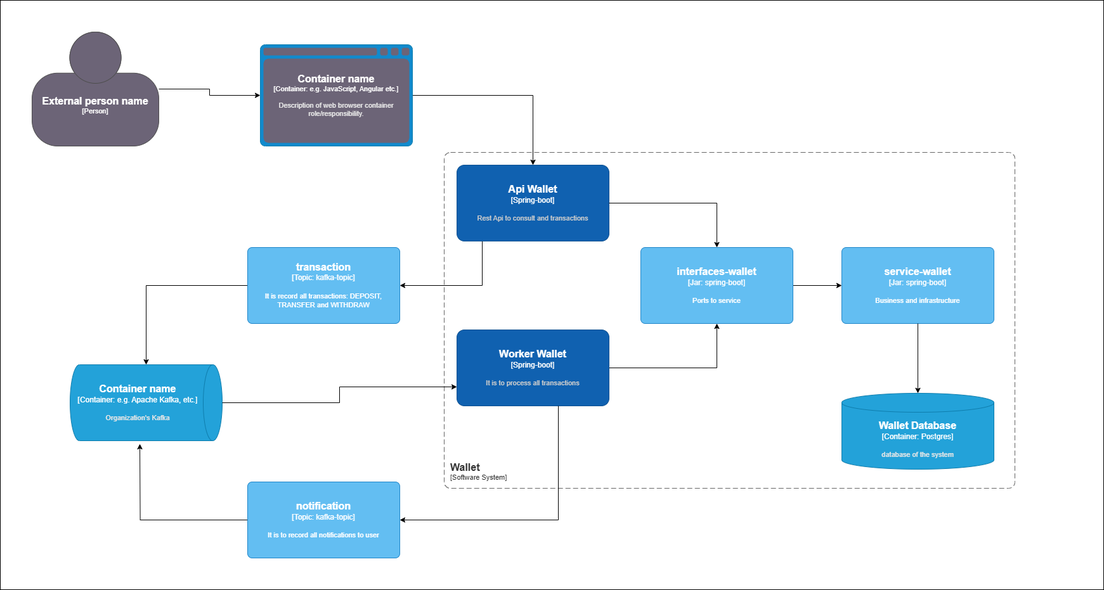
Above: diagram.png in silviorazec/wallet (draw.io), before the change. Source tidied: cells renumbered, new cells last; positions are measured from the earlier drawing's top-left corner, leaving out a move shared by most shapes.
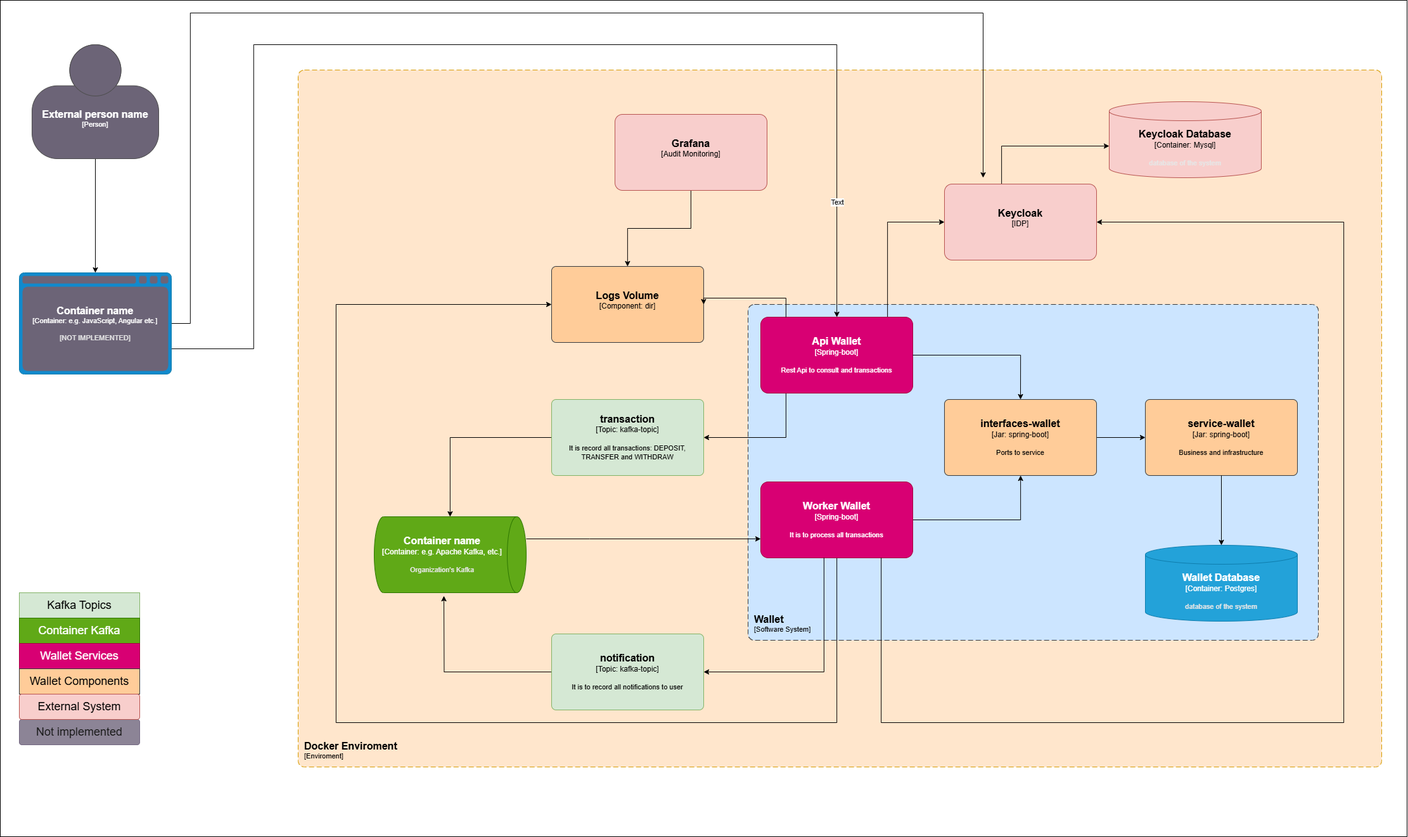
Above is the later version.

The edit, as a diff of the source:
```diff
@@ -5,6 +5,11 @@
     <mxCell id="2" style="rounded=0;whiteSpace=wrap;html=1;" parent="1" vertex="1">
-      <mxGeometry width="1740" height="930" as="geometry" />
+      <mxGeometry x="-480" y="-240" width="2220" height="1320" as="geometry" />
     </mxCell>
+    <object id="25" label="&lt;font style=&quot;font-size: 16px&quot;&gt;&lt;b&gt;&lt;div style=&quot;text-align: left&quot;&gt;%c4Name%&lt;/div&gt;&lt;/b&gt;&lt;/font&gt;&lt;div style=&quot;text-align: left&quot;&gt;[%c4Application%]&lt;/div&gt;" c4Application="Enviroment" c4Name="Docker Enviroment" c4Type="SystemScopeBoundary" placeholders="1">
+      <mxCell style="rounded=1;fontSize=11;whiteSpace=wrap;html=1;dashed=1;arcSize=20;fillColor=#ffe6cc;strokeColor=#d79b00;labelBackgroundColor=none;align=left;verticalAlign=bottom;labelBorderColor=none;spacingTop=0;spacing=10;dashPattern=8 4;perimeter=rectanglePerimeter;noLabel=0;labelPadding=0;absoluteArcSize=1;" parent="1" vertex="1">
+        <mxGeometry x="-10" y="-130" width="1710" height="1100" as="geometry" />
+      </mxCell>
+    </object>
     <object id="3" label="&lt;font style=&quot;font-size: 16px&quot;&gt;&lt;b&gt;&lt;div style=&quot;text-align: left&quot;&gt;%c4Name%&lt;/div&gt;&lt;/b&gt;&lt;/font&gt;&lt;div style=&quot;text-align: left&quot;&gt;[%c4Application%]&lt;/div&gt;" c4Application="Software System" c4Name="Wallet" c4Type="SystemScopeBoundary" placeholders="1">
-      <mxCell style="rounded=1;fontSize=11;whiteSpace=wrap;html=1;dashed=1;arcSize=20;fillColor=none;strokeColor=#666666;fontColor=#333333;labelBackgroundColor=none;align=left;verticalAlign=bottom;labelBorderColor=none;spacingTop=0;spacing=10;dashPattern=8 4;perimeter=rectanglePerimeter;noLabel=0;labelPadding=0;absoluteArcSize=1;" parent="1" vertex="1">
+      <mxCell style="rounded=1;fontSize=11;whiteSpace=wrap;html=1;dashed=1;arcSize=20;fillColor=#cce5ff;strokeColor=#36393d;labelBackgroundColor=none;align=left;verticalAlign=bottom;labelBorderColor=none;spacingTop=0;spacing=10;dashPattern=8 4;perimeter=rectanglePerimeter;noLabel=0;labelPadding=0;absoluteArcSize=1;" parent="1" vertex="1">
         <mxGeometry x="700" y="240" width="900" height="530" as="geometry" />
@@ -19,4 +24,11 @@
     </mxCell>
+    <mxCell id="26" style="edgeStyle=orthogonalEdgeStyle;rounded=0;jettySize=auto;html=1;" parent="1" edge="1" source="5" target="29">
+      <mxGeometry relative="1" as="geometry">
+        <Array as="points">
+          <mxPoint x="920" y="110" />
+        </Array>
+      </mxGeometry>
+    </mxCell>
-    <object id="5" label="&lt;font style=&quot;font-size: 16px&quot;&gt;&lt;b&gt;%c4Name%&lt;/b&gt;&lt;/font&gt;&lt;div&gt;[%c4Type%]&lt;/div&gt;&lt;br&gt;&lt;div&gt;&lt;font style=&quot;font-size: 11px&quot;&gt;&lt;font color=&quot;#cccccc&quot;&gt;%c4Description%&lt;/font&gt;&lt;/div&gt;" c4Description="Rest Api to consult and transactions" c4Name="Api Wallet" c4Type="Spring-boot" placeholders="1">
-      <mxCell style="rounded=1;whiteSpace=wrap;html=1;labelBackgroundColor=none;fillColor=#1061B0;fontColor=#ffffff;align=center;arcSize=10;strokeColor=#0D5091;points=[[0.25,0,0],[0.5,0,0],[0.75,0,0],[1,0.25,0],[1,0.5,0],[1,0.75,0],[0.75,1,0],[0.5,1,0],[0.25,1,0],[0,0.75,0],[0,0.5,0],[0,0.25,0]];" parent="1" vertex="1">
+    <object id="5" label="&lt;font style=&quot;font-size: 16px&quot;&gt;&lt;b&gt;%c4Name%&lt;/b&gt;&lt;/font&gt;&lt;div&gt;[%c4Type%]&lt;/div&gt;&lt;br&gt;&lt;div&gt;&lt;font style=&quot;font-size: 11px&quot;&gt;&lt;font&gt;%c4Description%&lt;/font&gt;&lt;/font&gt;&lt;/div&gt;" c4Description="Rest Api to consult and transactions" c4Name="Api Wallet" c4Type="Spring-boot" placeholders="1">
+      <mxCell style="rounded=1;whiteSpace=wrap;html=1;labelBackgroundColor=none;align=center;arcSize=10;points=[[0.25,0,0],[0.5,0,0],[0.75,0,0],[1,0.25,0],[1,0.5,0],[1,0.75,0],[0.75,1,0],[0.5,1,0],[0.25,1,0],[0,0.75,0],[0,0.5,0],[0,0.25,0]];fillColor=#d80073;strokeColor=#A50040;fontColor=#ffffff;" parent="1" vertex="1">
         <mxGeometry x="720" y="260" width="240" height="120" as="geometry" />
@@ -25,3 +37,3 @@
     <object id="6" label="&lt;font style=&quot;font-size: 16px&quot;&gt;&lt;b&gt;%c4Name%&lt;/b&gt;&lt;/font&gt;&lt;div&gt;[%c4Type%:&amp;nbsp;%c4Technology%]&lt;/div&gt;&lt;br&gt;&lt;div&gt;&lt;font style=&quot;font-size: 11px&quot;&gt;&lt;font color=&quot;#E6E6E6&quot;&gt;%c4Description%&lt;/font&gt;&lt;/div&gt;" c4Description="Organization's Kafka" c4Name="Container name" c4Technology="e.g. Apache Kafka, etc." c4Type="Container" placeholders="1">
-      <mxCell style="shape=cylinder3;size=15;direction=south;whiteSpace=wrap;html=1;boundedLbl=1;rounded=0;labelBackgroundColor=none;fillColor=#23A2D9;fontSize=12;fontColor=#ffffff;align=center;strokeColor=#0E7DAD;points=[[0.5,0,0],[1,0.25,0],[1,0.5,0],[1,0.75,0],[0.5,1,0],[0,0.75,0],[0,0.5,0],[0,0.25,0]];" parent="1" vertex="1">
+      <mxCell style="shape=cylinder3;size=15;direction=south;whiteSpace=wrap;html=1;boundedLbl=1;rounded=0;labelBackgroundColor=none;fillColor=#60a917;fontSize=12;fontColor=#ffffff;align=center;strokeColor=#2D7600;points=[[0.5,0,0],[1,0.25,0],[1,0.5,0],[1,0.75,0],[0.5,1,0],[0,0.75,0],[0,0.5,0],[0,0.25,0]];" parent="1" vertex="1">
         <mxGeometry x="110" y="575" width="240" height="120" as="geometry" />
@@ -33,3 +45,3 @@
     <object id="8" label="&lt;font style=&quot;font-size: 16px&quot;&gt;&lt;b&gt;%c4Name%&lt;/b&gt;&lt;/font&gt;&lt;div&gt;[%c4Type%: %c4Technology%]&lt;/div&gt;&lt;br&gt;&lt;div&gt;&lt;font style=&quot;font-size: 11px&quot;&gt;%c4Description%&lt;/font&gt;&lt;/div&gt;" c4Description="It is record all transactions: DEPOSIT, TRANSFER and WITHDRAW" c4Name="transaction" c4Technology="kafka-topic" c4Type="Topic" placeholders="1">
-      <mxCell style="rounded=1;whiteSpace=wrap;html=1;labelBackgroundColor=none;fillColor=#63BEF2;fontColor=#ffffff;align=center;arcSize=6;strokeColor=#2086C9;points=[[0.25,0,0],[0.5,0,0],[0.75,0,0],[1,0.25,0],[1,0.5,0],[1,0.75,0],[0.75,1,0],[0.5,1,0],[0.25,1,0],[0,0.75,0],[0,0.5,0],[0,0.25,0]];" parent="1" vertex="1">
+      <mxCell style="rounded=1;whiteSpace=wrap;html=1;labelBackgroundColor=none;fillColor=#d5e8d4;align=center;arcSize=6;strokeColor=#82b366;points=[[0.25,0,0],[0.5,0,0],[0.75,0,0],[1,0.25,0],[1,0.5,0],[1,0.75,0],[0.75,1,0],[0.5,1,0],[0.25,1,0],[0,0.75,0],[0,0.5,0],[0,0.25,0]];" parent="1" vertex="1">
         <mxGeometry x="390" y="390" width="240" height="120" as="geometry" />
@@ -43,3 +55,3 @@
     <object id="10" label="&lt;font style=&quot;font-size: 16px&quot;&gt;&lt;b&gt;%c4Name%&lt;/b&gt;&lt;/font&gt;&lt;div&gt;[%c4Type%: %c4Technology%]&lt;/div&gt;&lt;br&gt;&lt;div&gt;&lt;font style=&quot;font-size: 11px&quot;&gt;%c4Description%&lt;/font&gt;&lt;/div&gt;" c4Description="It is to record all notifications to user" c4Name="notification" c4Technology="kafka-topic" c4Type="Topic" placeholders="1">
-      <mxCell style="rounded=1;whiteSpace=wrap;html=1;labelBackgroundColor=none;fillColor=#63BEF2;fontColor=#ffffff;align=center;arcSize=6;strokeColor=#2086C9;points=[[0.25,0,0],[0.5,0,0],[0.75,0,0],[1,0.25,0],[1,0.5,0],[1,0.75,0],[0.75,1,0],[0.5,1,0],[0.25,1,0],[0,0.75,0],[0,0.5,0],[0,0.25,0]];" parent="1" vertex="1">
+      <mxCell style="rounded=1;whiteSpace=wrap;html=1;labelBackgroundColor=none;fillColor=#d5e8d4;align=center;arcSize=6;strokeColor=#82b366;points=[[0.25,0,0],[0.5,0,0],[0.75,0,0],[1,0.25,0],[1,0.5,0],[1,0.75,0],[0.75,1,0],[0.5,1,0],[0.25,1,0],[0,0.75,0],[0,0.5,0],[0,0.25,0]];" parent="1" vertex="1">
         <mxGeometry x="390" y="760" width="240" height="120" as="geometry" />
@@ -50,4 +62,13 @@
     </mxCell>
+    <mxCell id="27" style="edgeStyle=orthogonalEdgeStyle;rounded=0;jettySize=auto;html=1;" parent="1" edge="1" source="12" target="36">
+      <mxGeometry relative="1" as="geometry">
+        <Array as="points">
+          <mxPoint x="840" y="900" />
+          <mxPoint x="50" y="900" />
+          <mxPoint x="50" y="240" />
+        </Array>
+      </mxGeometry>
+    </mxCell>
-    <object id="12" label="&lt;font style=&quot;font-size: 16px&quot;&gt;&lt;b&gt;%c4Name%&lt;/b&gt;&lt;/font&gt;&lt;div&gt;[%c4Type%]&lt;/div&gt;&lt;br&gt;&lt;div&gt;&lt;font style=&quot;font-size: 11px&quot;&gt;&lt;font color=&quot;#cccccc&quot;&gt;%c4Description%&lt;/font&gt;&lt;/div&gt;" c4Description="It is to process all transactions" c4Name="Worker Wallet" c4Type="Spring-boot" placeholders="1">
-      <mxCell style="rounded=1;whiteSpace=wrap;html=1;labelBackgroundColor=none;fillColor=#1061B0;fontColor=#ffffff;align=center;arcSize=10;strokeColor=#0D5091;points=[[0.25,0,0],[0.5,0,0],[0.75,0,0],[1,0.25,0],[1,0.5,0],[1,0.75,0],[0.75,1,0],[0.5,1,0],[0.25,1,0],[0,0.75,0],[0,0.5,0],[0,0.25,0]];" parent="1" vertex="1">
+    <object id="12" label="&lt;font style=&quot;font-size: 16px&quot;&gt;&lt;b&gt;%c4Name%&lt;/b&gt;&lt;/font&gt;&lt;div&gt;[%c4Type%]&lt;/div&gt;&lt;br&gt;&lt;div&gt;&lt;font style=&quot;font-size: 11px&quot;&gt;&lt;font&gt;%c4Description%&lt;/font&gt;&lt;/font&gt;&lt;/div&gt;" c4Description="It is to process all transactions" c4Name="Worker Wallet" c4Type="Spring-boot" placeholders="1">
+      <mxCell style="rounded=1;whiteSpace=wrap;html=1;labelBackgroundColor=none;align=center;arcSize=10;points=[[0.25,0,0],[0.5,0,0],[0.75,0,0],[1,0.25,0],[1,0.5,0],[1,0.75,0],[0.75,1,0],[0.5,1,0],[0.25,1,0],[0,0.75,0],[0,0.5,0],[0,0.25,0]];fillColor=#d80073;strokeColor=#A50040;fontColor=#ffffff;" parent="1" vertex="1">
         <mxGeometry x="720" y="520" width="240" height="120" as="geometry" />
@@ -56,3 +77,8 @@
     <mxCell id="13" style="edgeStyle=orthogonalEdgeStyle;rounded=0;jettySize=auto;html=1;entryX=0;entryY=0.75;entryDx=0;entryDy=0;entryPerimeter=0;" parent="1" edge="1" source="6" target="12">
-      <mxGeometry relative="1" as="geometry" />
+      <mxGeometry relative="1" as="geometry">
+        <Array as="points">
+          <mxPoint x="450" y="610" />
+          <mxPoint x="450" y="610" />
+        </Array>
+      </mxGeometry>
     </mxCell>
@@ -61,3 +87,3 @@
         <Array as="points">
-          <mxPoint x="880" y="820" />
+          <mxPoint x="820" y="820" />
         </Array>
@@ -66,3 +92,3 @@
     <object id="15" label="&lt;font style=&quot;font-size: 16px&quot;&gt;&lt;b&gt;%c4Name%&lt;/b&gt;&lt;/font&gt;&lt;div&gt;[%c4Type%: %c4Technology%]&lt;/div&gt;&lt;br&gt;&lt;div&gt;&lt;font style=&quot;font-size: 11px&quot;&gt;%c4Description%&lt;/font&gt;&lt;/div&gt;" c4Description="Business and infrastructure" c4Name="service-wallet" c4Technology="spring-boot" c4Type="Jar" placeholders="1">
-      <mxCell style="rounded=1;whiteSpace=wrap;html=1;labelBackgroundColor=none;fillColor=#63BEF2;fontColor=#ffffff;align=center;arcSize=6;strokeColor=#2086C9;points=[[0.25,0,0],[0.5,0,0],[0.75,0,0],[1,0.25,0],[1,0.5,0],[1,0.75,0],[0.75,1,0],[0.5,1,0],[0.25,1,0],[0,0.75,0],[0,0.5,0],[0,0.25,0]];" parent="1" vertex="1">
+      <mxCell style="rounded=1;whiteSpace=wrap;html=1;labelBackgroundColor=none;fillColor=#ffcc99;align=center;arcSize=6;strokeColor=#36393d;points=[[0.25,0,0],[0.5,0,0],[0.75,0,0],[1,0.25,0],[1,0.5,0],[1,0.75,0],[0.75,1,0],[0.5,1,0],[0.25,1,0],[0,0.75,0],[0,0.5,0],[0,0.25,0]];" parent="1" vertex="1">
         <mxGeometry x="1327" y="390" width="240" height="120" as="geometry" />
@@ -74,3 +100,3 @@
     <object id="17" label="&lt;font style=&quot;font-size: 16px&quot;&gt;&lt;b&gt;%c4Name%&lt;/b&gt;&lt;/font&gt;&lt;div&gt;[%c4Type%: %c4Technology%]&lt;/div&gt;&lt;br&gt;&lt;div&gt;&lt;font style=&quot;font-size: 11px&quot;&gt;%c4Description%&lt;/font&gt;&lt;/div&gt;" c4Description="Ports to service" c4Name="interfaces-wallet" c4Technology="spring-boot" c4Type="Jar" placeholders="1">
-      <mxCell style="rounded=1;whiteSpace=wrap;html=1;labelBackgroundColor=none;fillColor=#63BEF2;fontColor=#ffffff;align=center;arcSize=6;strokeColor=#2086C9;points=[[0.25,0,0],[0.5,0,0],[0.75,0,0],[1,0.25,0],[1,0.5,0],[1,0.75,0],[0.75,1,0],[0.5,1,0],[0.25,1,0],[0,0.75,0],[0,0.5,0],[0,0.25,0]];" parent="1" vertex="1">
+      <mxCell style="rounded=1;whiteSpace=wrap;html=1;labelBackgroundColor=none;fillColor=#ffcc99;align=center;arcSize=6;strokeColor=#36393d;points=[[0.25,0,0],[0.5,0,0],[0.75,0,0],[1,0.25,0],[1,0.5,0],[1,0.75,0],[0.75,1,0],[0.5,1,0],[0.25,1,0],[0,0.75,0],[0,0.5,0],[0,0.25,0]];" parent="1" vertex="1">
         <mxGeometry x="1010" y="390" width="240" height="120" as="geometry" />
@@ -89,2 +115,23 @@
     </mxCell>
+    <mxCell id="28" style="edgeStyle=orthogonalEdgeStyle;rounded=0;jettySize=auto;html=1;" parent="1" edge="1" source="29" target="33">
+      <mxGeometry relative="1" as="geometry">
+        <Array as="points">
+          <mxPoint x="1100" y="-10" />
+        </Array>
+      </mxGeometry>
+    </mxCell>
+    <object id="29" label="&lt;font style=&quot;font-size: 16px&quot;&gt;&lt;b&gt;%c4Name%&lt;/b&gt;&lt;/font&gt;&lt;div&gt;[%c4Type%]&lt;/div&gt;&lt;br&gt;&lt;div&gt;&lt;font style=&quot;font-size: 11px&quot;&gt;&lt;font color=&quot;#cccccc&quot;&gt;%c4Description%&lt;/font&gt;&lt;/div&gt;" c4Description="" c4Name="Keycloak" c4Type="IDP" placeholders="1">
+      <mxCell style="rounded=1;whiteSpace=wrap;html=1;labelBackgroundColor=none;fillColor=#f8cecc;align=center;arcSize=10;strokeColor=#b85450;points=[[0.25,0,0],[0.5,0,0],[0.75,0,0],[1,0.25,0],[1,0.5,0],[1,0.75,0],[0.75,1,0],[0.5,1,0],[0.25,1,0],[0,0.75,0],[0,0.5,0],[0,0.25,0]];" parent="1" vertex="1">
+        <mxGeometry x="1010" y="50" width="240" height="120" as="geometry" />
+      </mxCell>
+    </object>
+    <mxCell id="30" style="edgeStyle=orthogonalEdgeStyle;rounded=0;jettySize=auto;html=1;entryX=1;entryY=0.5;entryDx=0;entryDy=0;entryPerimeter=0;" parent="1" edge="1" source="12" target="29">
+      <mxGeometry relative="1" as="geometry">
+        <Array as="points">
+          <mxPoint x="910" y="900" />
+          <mxPoint x="1640" y="900" />
+          <mxPoint x="1640" y="110" />
+        </Array>
+      </mxGeometry>
+    </mxCell>
     <mxCell id="21" style="edgeStyle=orthogonalEdgeStyle;rounded=0;jettySize=auto;html=1;" parent="1" edge="1" source="22" target="24">
@@ -94,3 +141,3 @@
       <mxCell style="html=1;fontSize=11;dashed=0;whiteSpace=wrap;fillColor=#6C6477;strokeColor=#4D4D4D;fontColor=#ffffff;shape=mxgraph.c4.person2;align=center;points=[[0.5,0,0],[1,0.5,0],[1,0.75,0],[0.75,1,0],[0.5,1,0],[0.25,1,0],[0,0.75,0],[0,0.5,0]];" parent="1" vertex="1">
-        <mxGeometry x="50" y="50" width="200" height="180" as="geometry" />
+        <mxGeometry x="-430" y="-170" width="200" height="180" as="geometry" />
       </mxCell>
@@ -98,9 +145,75 @@
     <mxCell id="23" style="edgeStyle=orthogonalEdgeStyle;rounded=0;jettySize=auto;html=1;" parent="1" edge="1" source="24" target="5">
-      <mxGeometry relative="1" as="geometry" />
+      <mxGeometry relative="1" as="geometry">
+        <Array as="points">
+          <mxPoint x="-80" y="310" />
+          <mxPoint x="-80" y="-170" />
+          <mxPoint x="840" y="-170" />
+        </Array>
+      </mxGeometry>
     </mxCell>
+    <mxCell id="31" value="Text" style="edgeLabel;html=1;align=center;verticalAlign=middle;" parent="23" vertex="1">
+      <mxGeometry x="0.81" y="-1" relative="1" as="geometry">
+        <mxPoint y="1" as="offset" />
+      </mxGeometry>
+    </mxCell>
+    <mxCell id="32" style="edgeStyle=orthogonalEdgeStyle;rounded=0;jettySize=auto;html=1;" parent="1" edge="1" source="24">
+      <mxGeometry relative="1" as="geometry">
+        <mxPoint x="1070" y="40" as="targetPoint" />
+        <Array as="points">
+          <mxPoint x="-180" y="270" />
+          <mxPoint x="-180" y="-220" />
+          <mxPoint x="1071" y="-220" />
+          <mxPoint x="1071" y="40" />
+        </Array>
+      </mxGeometry>
+    </mxCell>
-    <object id="24" label="&lt;font style=&quot;font-size: 16px&quot;&gt;&lt;b&gt;%c4Name%&lt;/b&gt;&lt;/font&gt;&lt;div&gt;[%c4Type%:&amp;nbsp;%c4Technology%]&lt;/div&gt;&lt;br&gt;&lt;div&gt;&lt;font style=&quot;font-size: 11px&quot;&gt;&lt;font color=&quot;#E6E6E6&quot;&gt;%c4Description%&lt;/font&gt;&lt;/div&gt;" c4Description="Description of web browser container role/responsibility." c4Name="Container name" c4Technology="e.g. JavaScript, Angular etc." c4Type="Container" placeholders="1">
+    <object id="24" label="&lt;font style=&quot;font-size: 16px&quot;&gt;&lt;b&gt;%c4Name%&lt;/b&gt;&lt;/font&gt;&lt;div&gt;[%c4Type%:&amp;nbsp;%c4Technology%]&lt;/div&gt;&lt;br&gt;&lt;div&gt;&lt;font style=&quot;font-size: 11px&quot;&gt;&lt;font color=&quot;#E6E6E6&quot;&gt;%c4Description%&lt;/font&gt;&lt;/div&gt;" c4Description="[NOT IMPLEMENTED]" c4Name="Container name" c4Technology="e.g. JavaScript, Angular etc." c4Type="Container" placeholders="1">
       <mxCell style="shape=mxgraph.c4.webBrowserContainer2;whiteSpace=wrap;html=1;boundedLbl=1;rounded=0;labelBackgroundColor=none;strokeColor=#4D4D4D;fillColor=#6C6477;strokeColor=#118ACD;strokeColor2=#0E7DAD;fontSize=11;fontColor=#ffffff;align=center;points=[[0.5,0,0],[1,0.25,0],[1,0.5,0],[1,0.75,0],[0.5,1,0],[0,0.75,0],[0,0.5,0],[0,0.25,0]];dashed=0;verticalAlign=middle;fontFamily=Helvetica;" parent="1" vertex="1">
-        <mxGeometry x="410" y="70" width="240" height="160" as="geometry" />
+        <mxGeometry x="-450" y="190" width="240" height="160" as="geometry" />
       </mxCell>
     </object>
+    <object id="33" label="&lt;font style=&quot;font-size: 16px&quot;&gt;&lt;b&gt;%c4Name%&lt;/b&gt;&lt;/font&gt;&lt;div&gt;[%c4Type%:&amp;nbsp;%c4Technology%]&lt;/div&gt;&lt;br&gt;&lt;div&gt;&lt;font style=&quot;font-size: 11px&quot;&gt;&lt;font color=&quot;#E6E6E6&quot;&gt;%c4Description%&lt;/font&gt;&lt;/div&gt;" c4Description="database of the system" c4Name="Keycloak Database" c4Technology="Mysql" c4Type="Container" placeholders="1">
+      <mxCell style="shape=cylinder3;size=15;whiteSpace=wrap;html=1;boundedLbl=1;rounded=1;labelBackgroundColor=none;fillColor=#f8cecc;fontSize=12;align=center;strokeColor=#b85450;points=[[0.5,0,0],[1,0.25,0],[1,0.5,0],[1,0.75,0],[0.5,1,0],[0,0.75,0],[0,0.5,0],[0,0.25,0]];verticalAlign=middle;arcSize=10;fontFamily=Helvetica;" parent="1" vertex="1">
+        <mxGeometry x="1270" y="-80" width="240" height="120" as="geometry" />
+      </mxCell>
+    </object>
+    <mxCell id="34" style="edgeStyle=orthogonalEdgeStyle;rounded=0;jettySize=auto;html=1;" parent="1" edge="1" source="35" target="36">
+      <mxGeometry relative="1" as="geometry" />
+    </mxCell>
+    <object id="35" label="&lt;font style=&quot;font-size: 16px&quot;&gt;&lt;b&gt;%c4Name%&lt;/b&gt;&lt;/font&gt;&lt;div&gt;[%c4Type%]&lt;/div&gt;&lt;br&gt;&lt;div&gt;&lt;font style=&quot;font-size: 11px&quot;&gt;&lt;font color=&quot;#cccccc&quot;&gt;%c4Description%&lt;/font&gt;&lt;/div&gt;" c4Description="" c4Name="Grafana" c4Type="Audit Monitoring" placeholders="1">
+      <mxCell style="rounded=1;whiteSpace=wrap;html=1;labelBackgroundColor=none;fillColor=#f8cecc;align=center;arcSize=10;strokeColor=#b85450;points=[[0.25,0,0],[0.5,0,0],[0.75,0,0],[1,0.25,0],[1,0.5,0],[1,0.75,0],[0.75,1,0],[0.5,1,0],[0.25,1,0],[0,0.75,0],[0,0.5,0],[0,0.25,0]];" parent="1" vertex="1">
+        <mxGeometry x="490" y="-60" width="240" height="120" as="geometry" />
+      </mxCell>
+    </object>
+    <object id="36" label="&lt;font style=&quot;font-size: 16px&quot;&gt;&lt;b&gt;%c4Name%&lt;/b&gt;&lt;/font&gt;&lt;div&gt;[%c4Type%: %c4Technology%]&lt;/div&gt;&lt;br&gt;&lt;div&gt;&lt;font style=&quot;font-size: 11px&quot;&gt;%c4Description%&lt;/font&gt;&lt;/div&gt;" c4Description="" c4Name="Logs Volume" c4Technology="dir" c4Type="Component" placeholders="1">
+      <mxCell style="rounded=1;whiteSpace=wrap;html=1;labelBackgroundColor=none;fillColor=#ffcc99;align=center;arcSize=6;strokeColor=#36393d;points=[[0.25,0,0],[0.5,0,0],[0.75,0,0],[1,0.25,0],[1,0.5,0],[1,0.75,0],[0.75,1,0],[0.5,1,0],[0.25,1,0],[0,0.75,0],[0,0.5,0],[0,0.25,0]];" parent="1" vertex="1">
+        <mxGeometry x="390" y="180" width="240" height="120" as="geometry" />
+      </mxCell>
+    </object>
+    <mxCell id="37" style="edgeStyle=orthogonalEdgeStyle;rounded=0;jettySize=auto;html=1;entryX=1;entryY=0.5;entryDx=0;entryDy=0;entryPerimeter=0;" parent="1" edge="1" source="5" target="36">
+      <mxGeometry relative="1" as="geometry">
+        <Array as="points">
+          <mxPoint x="760" y="230" />
+          <mxPoint x="630" y="230" />
+        </Array>
+      </mxGeometry>
+    </mxCell>
+    <mxCell id="38" value="Kafka Topics" style="rounded=0;whiteSpace=wrap;html=1;fontSize=18;fillColor=#d5e8d4;strokeColor=#82b366;" parent="1" vertex="1">
+      <mxGeometry x="-450" y="695" width="190" height="40" as="geometry" />
+    </mxCell>
+    <mxCell id="39" value="Container Kafka" style="rounded=0;whiteSpace=wrap;html=1;fontSize=18;fillColor=#60a917;strokeColor=#2D7600;fontColor=#ffffff;" parent="1" vertex="1">
+      <mxGeometry x="-450" y="735" width="190" height="40" as="geometry" />
+    </mxCell>
+    <mxCell id="40" value="Wallet Services" style="rounded=0;whiteSpace=wrap;html=1;fontSize=18;fillColor=#d80073;strokeColor=#A50040;fontColor=#ffffff;" parent="1" vertex="1">
+      <mxGeometry x="-450" y="775" width="190" height="40" as="geometry" />
+    </mxCell>
+    <mxCell id="41" value="Wallet Components" style="rounded=0;whiteSpace=wrap;html=1;fontSize=18;fillColor=#ffcc99;strokeColor=#36393d;" parent="1" vertex="1">
+      <mxGeometry x="-450" y="815" width="190" height="40" as="geometry" />
+    </mxCell>
+    <mxCell id="42" value="Not implemented" style="rounded=1;whiteSpace=wrap;html=1;fontSize=18;fillColor=#8C8496;strokeColor=#736782;align=center;verticalAlign=middle;arcSize=10;fontFamily=Helvetica;fontColor=#1A1A1A;labelBackgroundColor=none;" parent="1" vertex="1">
+      <mxGeometry x="-450" y="895" width="190" height="40" as="geometry" />
+    </mxCell>
+    <mxCell id="43" value="External System" style="rounded=1;whiteSpace=wrap;html=1;fontSize=18;fillColor=#f8cecc;strokeColor=#b85450;align=center;verticalAlign=middle;arcSize=10;fontFamily=Helvetica;labelBackgroundColor=none;" parent="1" vertex="1">
+      <mxGeometry x="-450" y="855" width="190" height="40" as="geometry" />
+    </mxCell>
   </root>
```
